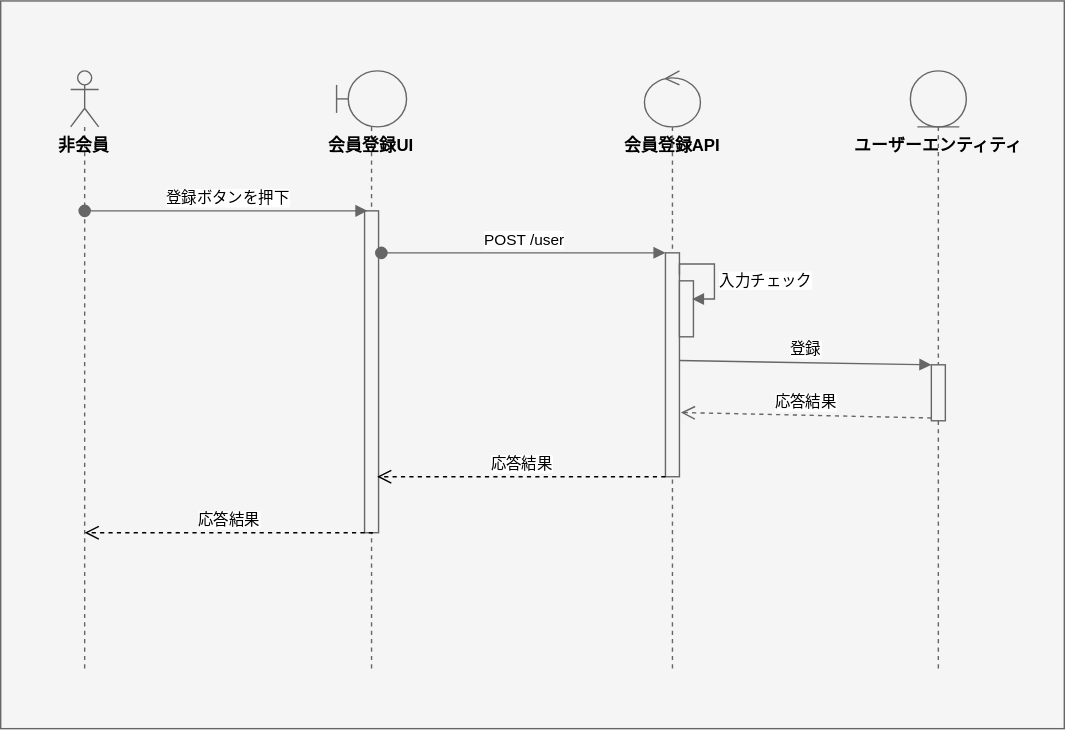
The draw.io diagram docs/images/sequence/SQ1_001_非会員は会員登録をする.drawio.svg in rikkyrice/typing-game, before a commit. Source tidied: cells renumbered, new cells last; positions are measured from the earlier drawing's top-left corner, leaving out a move shared by most shapes.
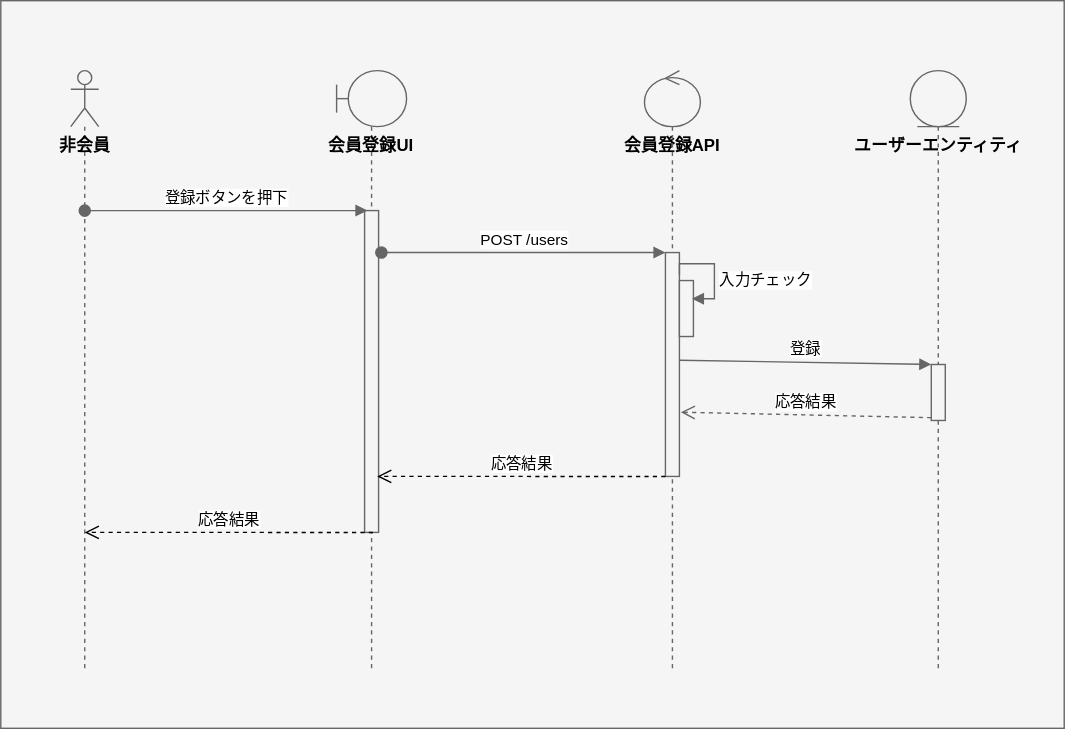
Later version of the same file.

What changed in the source:
```diff
@@ -54,7 +54,7 @@
         <mxPoint x="60" y="150" as="sourcePoint" />
       </mxGeometry>
     </mxCell>
-    <mxCell id="17" value="&lt;span style=&quot;background-color: rgb(255 , 255 , 255)&quot;&gt;POST /user&lt;/span&gt;" style="html=1;verticalAlign=bottom;startArrow=oval;endArrow=block;startSize=8;fontColor=#000000;fillColor=#f5f5f5;strokeColor=#666666;" parent="1" edge="1" target="12">
+    <mxCell id="17" value="&lt;span style=&quot;background-color: rgb(255 , 255 , 255)&quot;&gt;POST /users&lt;/span&gt;" style="html=1;verticalAlign=bottom;startArrow=oval;endArrow=block;startSize=8;fontColor=#000000;fillColor=#f5f5f5;strokeColor=#666666;" parent="1" edge="1" target="12">
       <mxGeometry relative="1" as="geometry">
         <mxPoint x="272" y="180" as="sourcePoint" />
       </mxGeometry>
```
